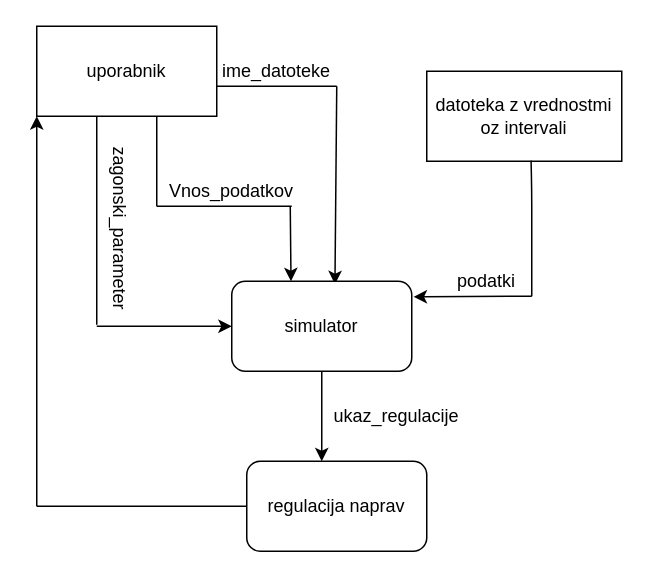
Above: page "Page-1" (1 of 2) of diagram toka podatkov.drawio in OPI-v-v/simulator (draw.io), before the change. Source tidied: cells renumbered, new cells numbered last; positions are measured from the earlier drawing's top-left corner, leaving out a move shared by most shapes. Both pictures are drawn from the tidied source at 150%, with x=0, y=0 at pixel (36, 26).
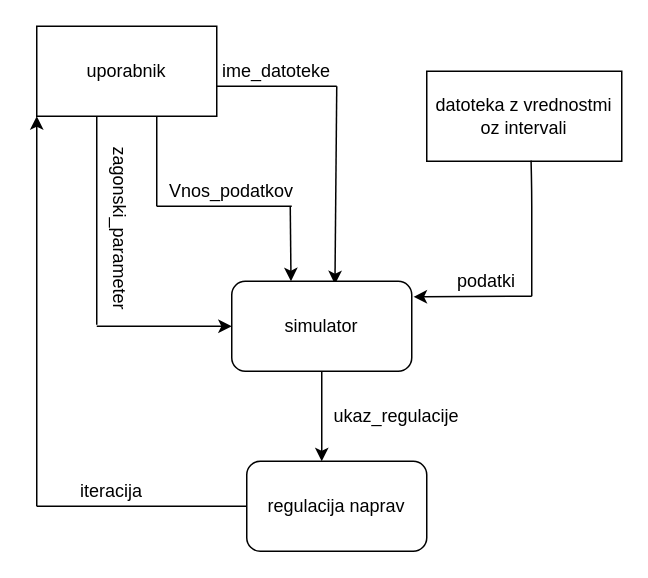
The same diagram, later.

The edit, as a diff of the source:
```diff
@@
+    <mxCell id="23" value="iteracija" style="text;html=1;strokeColor=none;fillColor=none;align=center;verticalAlign=middle;whiteSpace=wrap;rounded=0;" parent="1" vertex="1">
+      <mxGeometry x="30" y="300" width="40" height="20" as="geometry" />
+    </mxCell>
```
